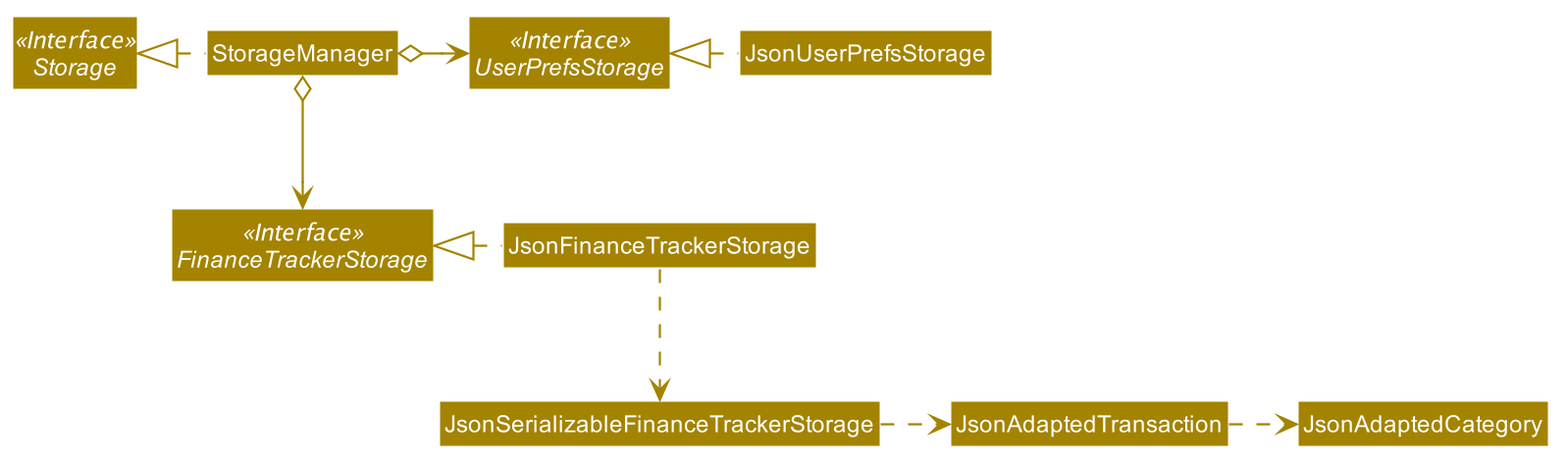
AY2021S1-CS2103T-W16-3/tp keeps this PlantUML diagram as docs/images/StorageClassDiagram.png. Above is the earlier version. Its diagram source:
```plantuml
@startuml








skinparam BackgroundColor #FFFFFFF

skinparam Shadowing false

skinparam Class {
    FontColor #FFFFFF
    BorderThickness 1
    BorderColor #FFFFFF
    StereotypeFontColor #FFFFFF
    FontName Arial
}

skinparam Actor {
    BorderColor #000000
    Color #000000
    FontName Arial
}

skinparam Sequence {
    MessageAlign center
    BoxFontSize 15
    BoxPadding 0
    BoxFontColor #FFFFFF
    FontName Arial
}

skinparam Participant {
    FontColor #FFFFFFF
    Padding 20
}

skinparam MinClassWidth 50
skinparam ParticipantPadding 10
skinparam Shadowing false
skinparam DefaultTextAlignment center
skinparam packageStyle Rectangle

hide footbox
hide members
hide circle
skinparam arrowThickness 1.1
skinparam arrowColor #A38300
skinparam classBackgroundColor #A38300

Interface Storage <<Interface>>
Interface UserPrefsStorage <<Interface>>
Interface FinanceTrackerStorage <<Interface>>

Class StorageManager
Class JsonUserPrefsStorage
Class JsonFinanceTrackerStorage

StorageManager .left.|> Storage
StorageManager o-right-> UserPrefsStorage
StorageManager o--> FinanceTrackerStorage

JsonUserPrefsStorage .left.|> UserPrefsStorage
JsonFinanceTrackerStorage .left.|> FinanceTrackerStorage
JsonFinanceTrackerStorage .down.> JsonSerializableFinanceTrackerStorage
JsonSerializableFinanceTrackerStorage .right.> JsonAdaptedTransaction
JsonAdaptedTransaction .right.> JsonAdaptedCategory
@enduml
```
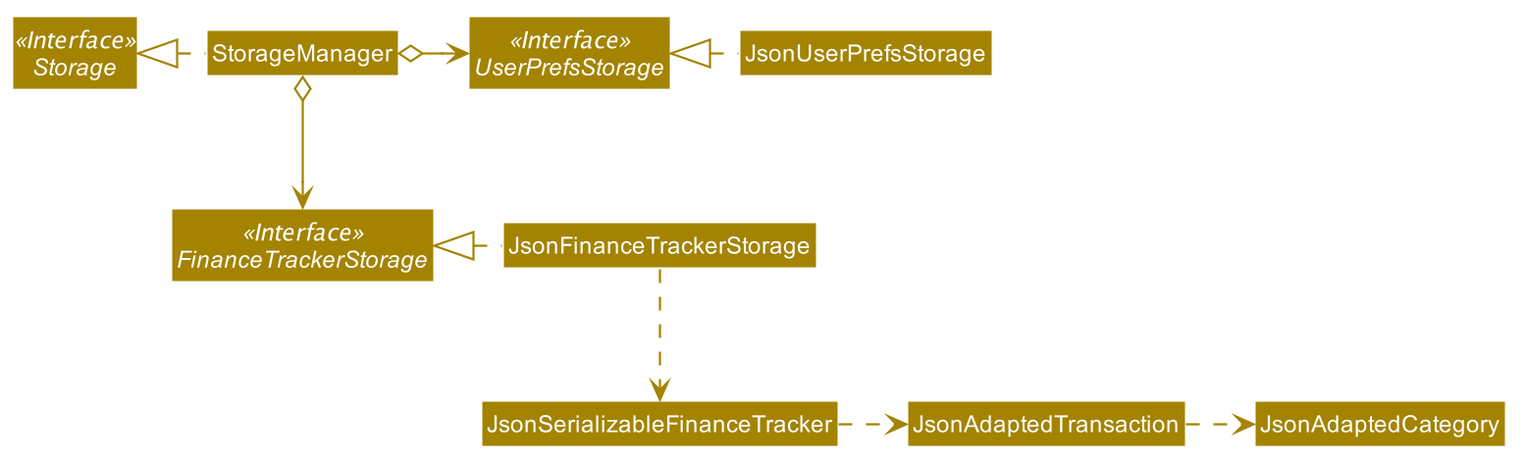
The same file after the commit.

Commit message:
Update storage and ui class diagrams

What changed in the source:
```diff
@@ -65,7 +65,7 @@
 
 JsonUserPrefsStorage .left.|> UserPrefsStorage
 JsonFinanceTrackerStorage .left.|> FinanceTrackerStorage
-JsonFinanceTrackerStorage .down.> JsonSerializableFinanceTrackerStorage
-JsonSerializableFinanceTrackerStorage .right.> JsonAdaptedTransaction
+JsonFinanceTrackerStorage .down.> JsonSerializableFinanceTracker
+JsonSerializableFinanceTracker .right.> JsonAdaptedTransaction
 JsonAdaptedTransaction .right.> JsonAdaptedCategory
 @enduml
```
